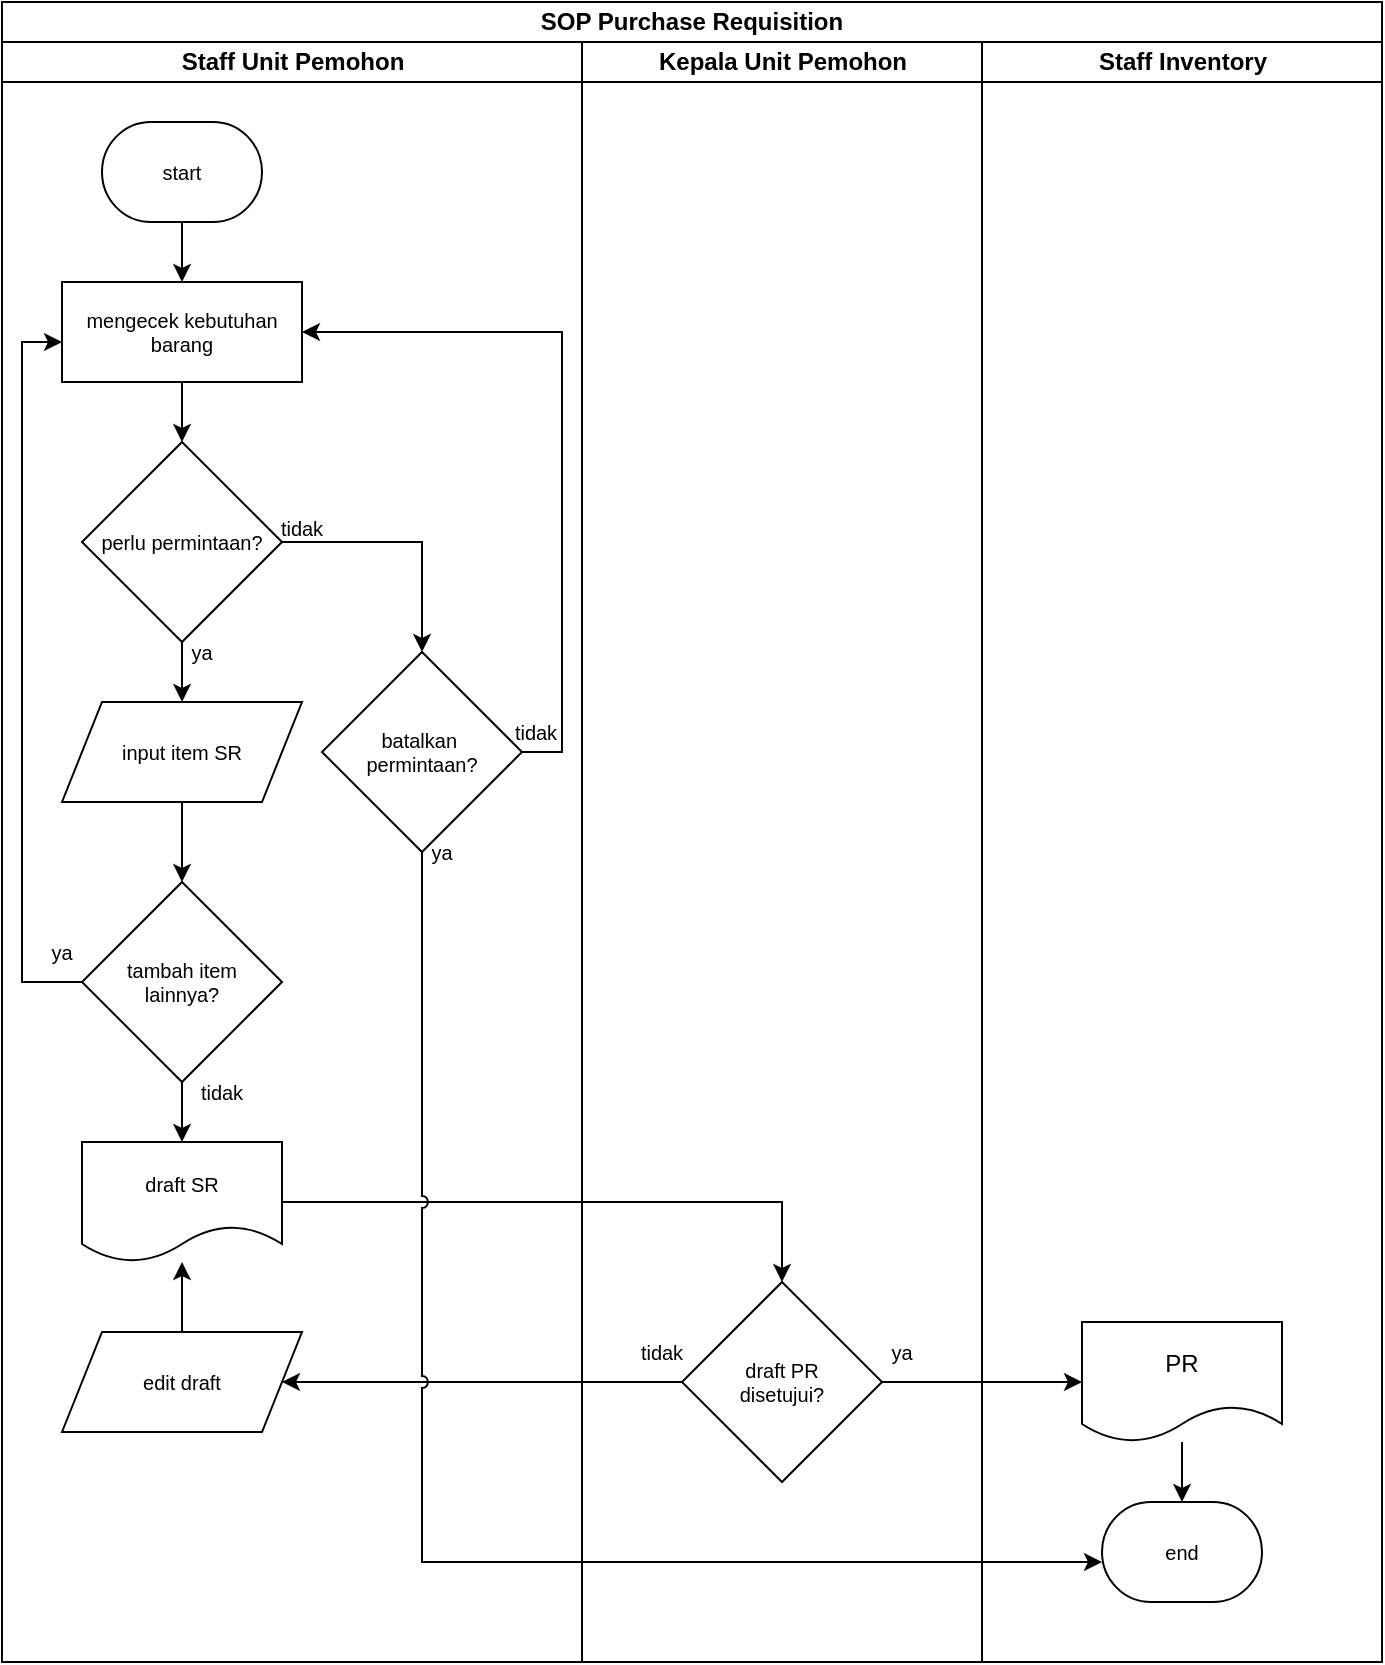
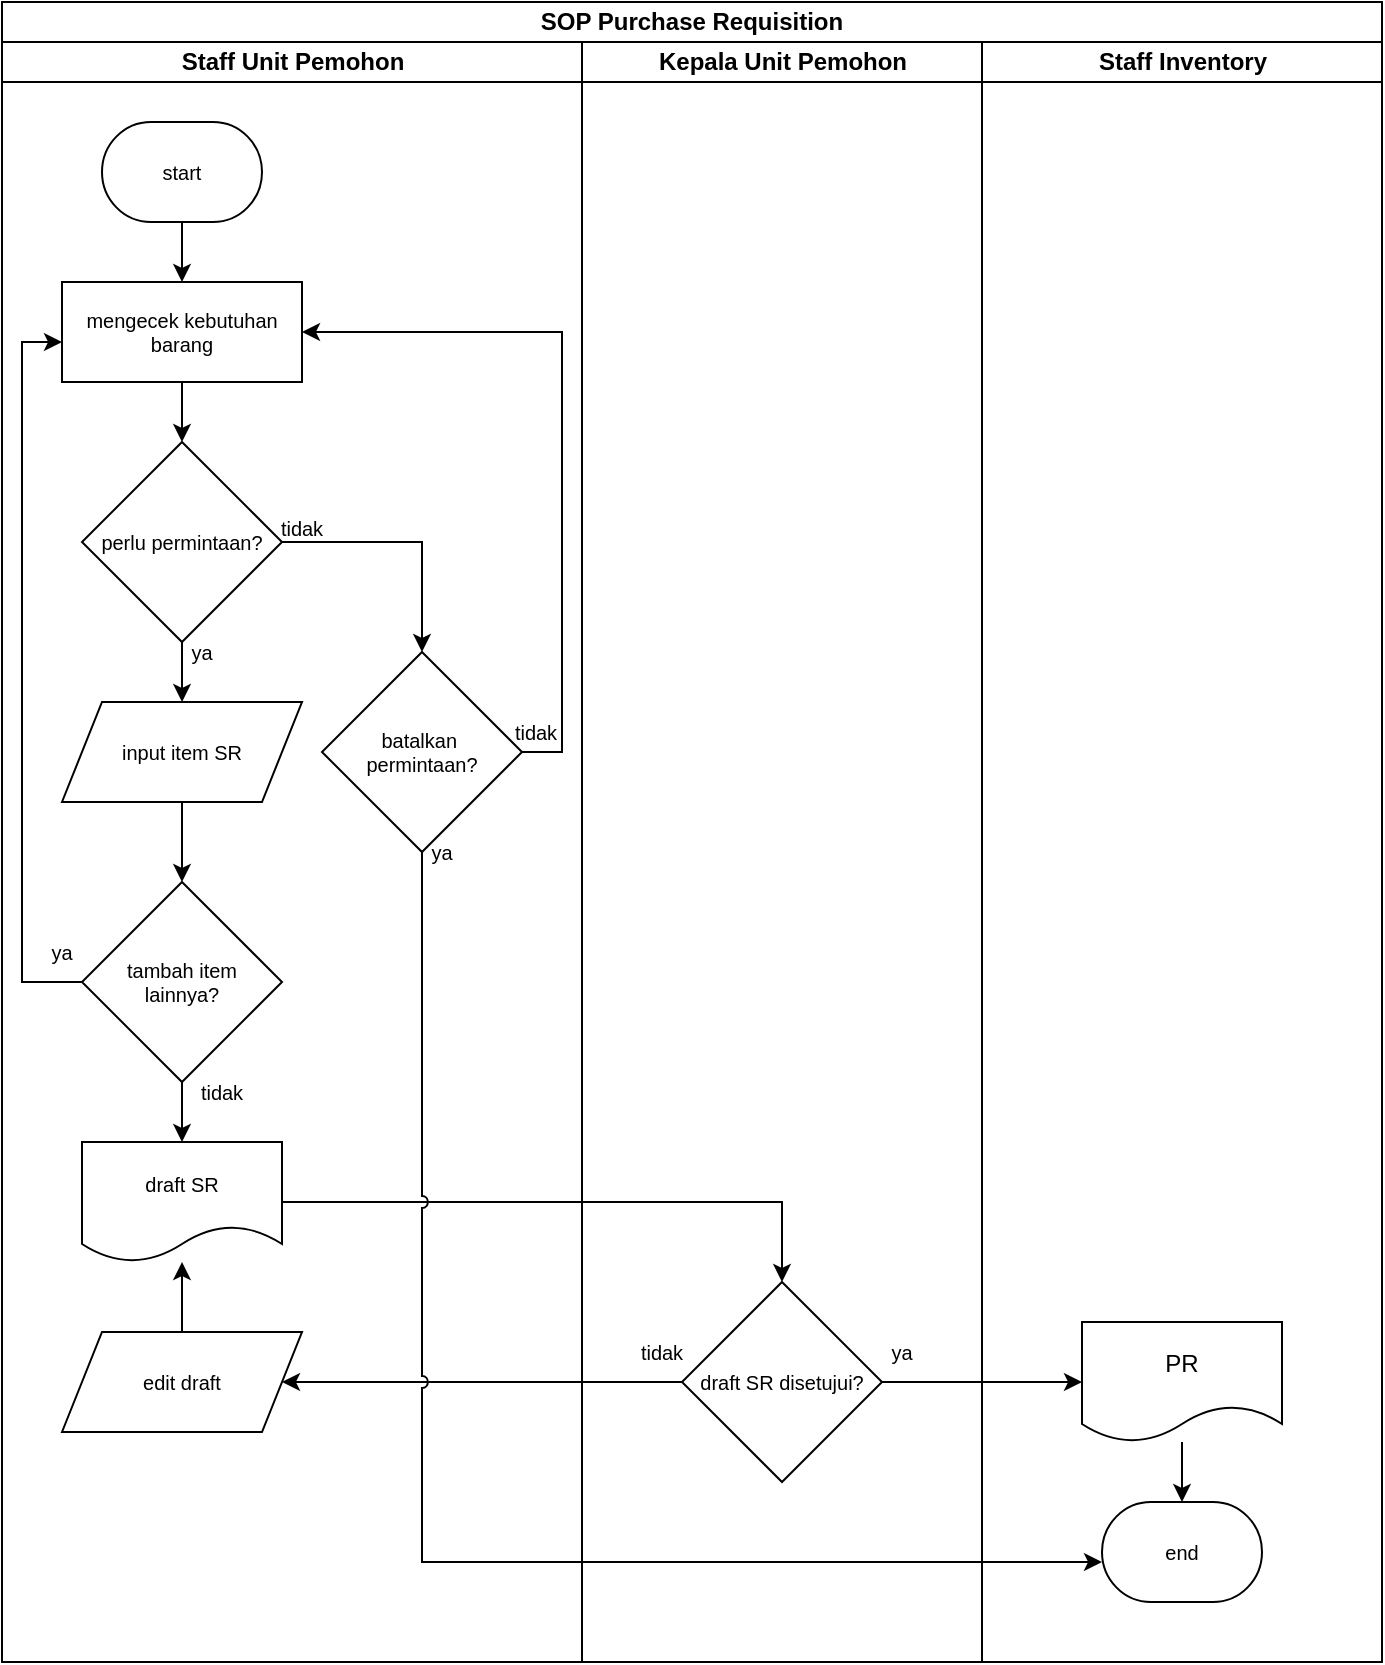
<mxfile host="app.diagrams.net" pages="2">
  <diagram name="SOP SR" id="mYAdajV0IufZudDyt58S">
    <mxGraphModel dx="849" dy="478" grid="1" gridSize="10" guides="1" tooltips="1" connect="1" arrows="1" fold="1" page="1" pageScale="1" pageWidth="850" pageHeight="1100" math="0" shadow="0">
      <root>
        <mxCell id="ewqPmyVIHkz6pLOVAfYW-0" />
        <mxCell id="ewqPmyVIHkz6pLOVAfYW-1" parent="ewqPmyVIHkz6pLOVAfYW-0" />
        <mxCell id="ewqPmyVIHkz6pLOVAfYW-2" parent="ewqPmyVIHkz6pLOVAfYW-1" style="swimlane;html=1;childLayout=stackLayout;resizeParent=1;resizeParentMax=0;startSize=20;whiteSpace=wrap;" value="SOP Purchase Requisition" vertex="1">
          <mxGeometry height="830" width="690" x="610" y="360" as="geometry">
            <mxRectangle height="30" width="210" x="140" y="110" as="alternateBounds" />
          </mxGeometry>
        </mxCell>
        <mxCell id="ewqPmyVIHkz6pLOVAfYW-3" parent="ewqPmyVIHkz6pLOVAfYW-2" style="swimlane;html=1;startSize=20;" value="Staff Unit Pemohon" vertex="1">
          <mxGeometry height="810" width="290" y="20" as="geometry" />
        </mxCell>
        <mxCell id="ewqPmyVIHkz6pLOVAfYW-4" parent="ewqPmyVIHkz6pLOVAfYW-3" style="strokeWidth=1;html=1;shape=mxgraph.flowchart.terminator;whiteSpace=wrap;fontSize=10;align=center;horizontal=1;spacing=0;" value="start" vertex="1">
          <mxGeometry height="50" width="80" x="50" y="40" as="geometry" />
        </mxCell>
        <mxCell id="ewqPmyVIHkz6pLOVAfYW-5" parent="ewqPmyVIHkz6pLOVAfYW-3" style="rounded=0;whiteSpace=wrap;html=1;absoluteArcSize=1;arcSize=7;strokeWidth=1;fontSize=10;" value="mengecek kebutuhan barang" vertex="1">
          <mxGeometry height="50" width="120" x="30" y="120" as="geometry" />
        </mxCell>
        <mxCell id="ewqPmyVIHkz6pLOVAfYW-6" edge="1" parent="ewqPmyVIHkz6pLOVAfYW-3" source="ewqPmyVIHkz6pLOVAfYW-5" style="edgeStyle=orthogonalEdgeStyle;rounded=0;orthogonalLoop=1;jettySize=auto;html=1;" value="">
          <mxGeometry relative="1" as="geometry">
            <mxPoint x="90" y="200" as="targetPoint" />
          </mxGeometry>
        </mxCell>
        <mxCell id="ewqPmyVIHkz6pLOVAfYW-7" edge="1" parent="ewqPmyVIHkz6pLOVAfYW-3" source="ewqPmyVIHkz6pLOVAfYW-4" style="edgeStyle=orthogonalEdgeStyle;rounded=0;orthogonalLoop=1;jettySize=auto;html=1;" target="ewqPmyVIHkz6pLOVAfYW-5" value="">
          <mxGeometry relative="1" as="geometry" />
        </mxCell>
        <mxCell id="ewqPmyVIHkz6pLOVAfYW-8" edge="1" parent="ewqPmyVIHkz6pLOVAfYW-3" source="ewqPmyVIHkz6pLOVAfYW-9" style="edgeStyle=orthogonalEdgeStyle;rounded=0;orthogonalLoop=1;jettySize=auto;html=1;" value="">
          <mxGeometry relative="1" as="geometry">
            <mxPoint x="90.02564102564111" y="330" as="targetPoint" />
          </mxGeometry>
        </mxCell>
        <mxCell id="ewqPmyVIHkz6pLOVAfYW-9" parent="ewqPmyVIHkz6pLOVAfYW-3" style="rhombus;whiteSpace=wrap;html=1;fontSize=10;" value="perlu permintaan?" vertex="1">
          <mxGeometry height="100" width="100" x="40" y="200" as="geometry" />
        </mxCell>
        <mxCell id="ewqPmyVIHkz6pLOVAfYW-10" edge="1" parent="ewqPmyVIHkz6pLOVAfYW-3" source="ewqPmyVIHkz6pLOVAfYW-14" style="edgeStyle=orthogonalEdgeStyle;rounded=0;orthogonalLoop=1;jettySize=auto;html=1;" target="ewqPmyVIHkz6pLOVAfYW-13" value="">
          <mxGeometry relative="1" as="geometry">
            <Array as="points" />
            <mxPoint x="90" y="380" as="sourcePoint" />
          </mxGeometry>
        </mxCell>
        <mxCell id="ewqPmyVIHkz6pLOVAfYW-11" edge="1" parent="ewqPmyVIHkz6pLOVAfYW-3" source="ewqPmyVIHkz6pLOVAfYW-13" style="edgeStyle=orthogonalEdgeStyle;rounded=0;orthogonalLoop=1;jettySize=auto;html=1;" target="ewqPmyVIHkz6pLOVAfYW-5">
          <mxGeometry relative="1" as="geometry">
            <Array as="points">
              <mxPoint x="10" y="470" />
              <mxPoint x="10" y="150" />
            </Array>
            <mxPoint x="90" y="110" as="targetPoint" />
          </mxGeometry>
        </mxCell>
        <mxCell id="ewqPmyVIHkz6pLOVAfYW-12" edge="1" parent="ewqPmyVIHkz6pLOVAfYW-3" source="ewqPmyVIHkz6pLOVAfYW-13" style="edgeStyle=orthogonalEdgeStyle;rounded=0;orthogonalLoop=1;jettySize=auto;html=1;" value="">
          <mxGeometry relative="1" as="geometry">
            <mxPoint x="90" y="550" as="targetPoint" />
          </mxGeometry>
        </mxCell>
        <mxCell id="ewqPmyVIHkz6pLOVAfYW-13" parent="ewqPmyVIHkz6pLOVAfYW-3" style="rhombus;whiteSpace=wrap;html=1;fontSize=10;" value="tambah item&lt;div&gt;lainnya?&lt;/div&gt;" vertex="1">
          <mxGeometry height="100" width="100" x="40" y="420" as="geometry" />
        </mxCell>
        <mxCell id="ewqPmyVIHkz6pLOVAfYW-14" parent="ewqPmyVIHkz6pLOVAfYW-3" style="shape=parallelogram;perimeter=parallelogramPerimeter;whiteSpace=wrap;html=1;fixedSize=1;" value="&lt;div style=&quot;&quot;&gt;&lt;span style=&quot;font-size: 10px;&quot;&gt;input item SR&lt;/span&gt;&lt;/div&gt;" vertex="1">
          <mxGeometry height="50" width="120" x="30" y="330" as="geometry" />
        </mxCell>
        <mxCell id="ewqPmyVIHkz6pLOVAfYW-15" parent="ewqPmyVIHkz6pLOVAfYW-3" style="shape=document;whiteSpace=wrap;html=1;boundedLbl=1;" value="&lt;font style=&quot;font-size: 10px;&quot;&gt;draft SR&lt;/font&gt;" vertex="1">
          <mxGeometry height="60" width="100" x="40" y="550" as="geometry" />
        </mxCell>
        <mxCell id="ewqPmyVIHkz6pLOVAfYW-16" edge="1" parent="ewqPmyVIHkz6pLOVAfYW-3" source="ewqPmyVIHkz6pLOVAfYW-17" style="edgeStyle=orthogonalEdgeStyle;rounded=0;orthogonalLoop=1;jettySize=auto;html=1;" target="ewqPmyVIHkz6pLOVAfYW-15" value="">
          <mxGeometry relative="1" as="geometry" />
        </mxCell>
        <mxCell id="ewqPmyVIHkz6pLOVAfYW-17" parent="ewqPmyVIHkz6pLOVAfYW-3" style="shape=parallelogram;perimeter=parallelogramPerimeter;whiteSpace=wrap;html=1;fixedSize=1;" value="&lt;span style=&quot;font-size: 10px;&quot;&gt;edit draft&lt;/span&gt;" vertex="1">
          <mxGeometry height="50" width="120" x="30" y="645" as="geometry" />
        </mxCell>
        <mxCell id="ewqPmyVIHkz6pLOVAfYW-18" edge="1" parent="ewqPmyVIHkz6pLOVAfYW-3" source="ewqPmyVIHkz6pLOVAfYW-9" style="edgeStyle=orthogonalEdgeStyle;rounded=0;orthogonalLoop=1;jettySize=auto;html=1;" target="ewqPmyVIHkz6pLOVAfYW-20">
          <mxGeometry relative="1" as="geometry">
            <Array as="points">
              <mxPoint x="210" y="250" />
            </Array>
          </mxGeometry>
        </mxCell>
        <mxCell id="ewqPmyVIHkz6pLOVAfYW-19" edge="1" parent="ewqPmyVIHkz6pLOVAfYW-3" source="ewqPmyVIHkz6pLOVAfYW-20" style="edgeStyle=orthogonalEdgeStyle;rounded=0;orthogonalLoop=1;jettySize=auto;html=1;" target="ewqPmyVIHkz6pLOVAfYW-5">
          <mxGeometry relative="1" as="geometry">
            <Array as="points">
              <mxPoint x="280" y="355" />
              <mxPoint x="280" y="145" />
            </Array>
          </mxGeometry>
        </mxCell>
        <mxCell id="ewqPmyVIHkz6pLOVAfYW-20" parent="ewqPmyVIHkz6pLOVAfYW-3" style="rhombus;whiteSpace=wrap;html=1;fontSize=10;" value="batalkan&amp;nbsp;&lt;div&gt;permintaan?&lt;/div&gt;" vertex="1">
          <mxGeometry height="100" width="100" x="160" y="305" as="geometry" />
        </mxCell>
        <mxCell id="ewqPmyVIHkz6pLOVAfYW-21" parent="ewqPmyVIHkz6pLOVAfYW-3" style="text;html=1;align=center;verticalAlign=middle;whiteSpace=wrap;rounded=0;" value="&lt;font style=&quot;font-size: 10px;&quot;&gt;tidak&lt;/font&gt;" vertex="1">
          <mxGeometry height="30" width="60" x="120" y="228" as="geometry" />
        </mxCell>
        <mxCell id="ewqPmyVIHkz6pLOVAfYW-22" parent="ewqPmyVIHkz6pLOVAfYW-3" style="text;html=1;align=center;verticalAlign=middle;whiteSpace=wrap;rounded=0;" value="&lt;font style=&quot;font-size: 10px;&quot;&gt;ya&lt;/font&gt;" vertex="1">
          <mxGeometry height="30" width="60" x="70" y="290" as="geometry" />
        </mxCell>
        <mxCell id="ewqPmyVIHkz6pLOVAfYW-23" parent="ewqPmyVIHkz6pLOVAfYW-3" style="text;html=1;align=center;verticalAlign=middle;whiteSpace=wrap;rounded=0;" value="&lt;font style=&quot;font-size: 10px;&quot;&gt;tidak&lt;/font&gt;" vertex="1">
          <mxGeometry height="30" width="60" x="237" y="330" as="geometry" />
        </mxCell>
        <mxCell id="ewqPmyVIHkz6pLOVAfYW-24" parent="ewqPmyVIHkz6pLOVAfYW-3" style="text;html=1;align=center;verticalAlign=middle;whiteSpace=wrap;rounded=0;" value="&lt;font style=&quot;font-size: 10px;&quot;&gt;ya&lt;/font&gt;" vertex="1">
          <mxGeometry height="30" width="60" x="190" y="390" as="geometry" />
        </mxCell>
        <mxCell id="ewqPmyVIHkz6pLOVAfYW-25" parent="ewqPmyVIHkz6pLOVAfYW-3" style="text;html=1;align=center;verticalAlign=middle;whiteSpace=wrap;rounded=0;" value="&lt;font style=&quot;font-size: 10px;&quot;&gt;tidak&lt;/font&gt;" vertex="1">
          <mxGeometry height="30" width="60" x="80" y="510" as="geometry" />
        </mxCell>
        <mxCell id="ewqPmyVIHkz6pLOVAfYW-26" parent="ewqPmyVIHkz6pLOVAfYW-3" style="text;html=1;align=center;verticalAlign=middle;whiteSpace=wrap;rounded=0;" value="&lt;font style=&quot;font-size: 10px;&quot;&gt;ya&lt;/font&gt;" vertex="1">
          <mxGeometry height="30" width="60" y="440" as="geometry" />
        </mxCell>
        <mxCell id="ewqPmyVIHkz6pLOVAfYW-27" parent="ewqPmyVIHkz6pLOVAfYW-2" style="swimlane;html=1;startSize=20;" value="Kepala Unit Pemohon" vertex="1">
          <mxGeometry height="810" width="200" x="290" y="20" as="geometry" />
        </mxCell>
-         <mxCell id="ewqPmyVIHkz6pLOVAfYW-28" parent="ewqPmyVIHkz6pLOVAfYW-27" style="rhombus;whiteSpace=wrap;html=1;fontSize=10;" value="draft PR&lt;div&gt;disetujui?&lt;/div&gt;" vertex="1">
+         <mxCell id="ewqPmyVIHkz6pLOVAfYW-28" parent="ewqPmyVIHkz6pLOVAfYW-27" style="rhombus;whiteSpace=wrap;html=1;fontSize=10;" value="draft SR disetujui?" vertex="1">
          <mxGeometry height="100" width="100" x="50" y="620" as="geometry" />
        </mxCell>
        <mxCell id="ewqPmyVIHkz6pLOVAfYW-29" parent="ewqPmyVIHkz6pLOVAfYW-27" style="text;html=1;align=center;verticalAlign=middle;whiteSpace=wrap;rounded=0;" value="&lt;font style=&quot;font-size: 10px;&quot;&gt;tidak&lt;/font&gt;" vertex="1">
          <mxGeometry height="30" width="60" x="10" y="640" as="geometry" />
        </mxCell>
        <mxCell id="ewqPmyVIHkz6pLOVAfYW-30" parent="ewqPmyVIHkz6pLOVAfYW-27" style="text;html=1;align=center;verticalAlign=middle;whiteSpace=wrap;rounded=0;" value="&lt;font style=&quot;font-size: 10px;&quot;&gt;ya&lt;/font&gt;" vertex="1">
          <mxGeometry height="30" width="60" x="130" y="640" as="geometry" />
        </mxCell>
        <mxCell id="ewqPmyVIHkz6pLOVAfYW-31" parent="ewqPmyVIHkz6pLOVAfYW-2" style="swimlane;html=1;startSize=20;" value="Staff Inventory" vertex="1">
          <mxGeometry height="810" width="200" x="490" y="20" as="geometry">
            <mxRectangle height="810" width="40" x="490" y="20" as="alternateBounds" />
          </mxGeometry>
        </mxCell>
        <mxCell id="ewqPmyVIHkz6pLOVAfYW-32" edge="1" parent="ewqPmyVIHkz6pLOVAfYW-31" source="ewqPmyVIHkz6pLOVAfYW-33" style="edgeStyle=orthogonalEdgeStyle;rounded=0;orthogonalLoop=1;jettySize=auto;html=1;" target="ewqPmyVIHkz6pLOVAfYW-34" value="">
          <mxGeometry relative="1" as="geometry" />
        </mxCell>
        <mxCell id="ewqPmyVIHkz6pLOVAfYW-33" parent="ewqPmyVIHkz6pLOVAfYW-31" style="shape=document;whiteSpace=wrap;html=1;boundedLbl=1;" value="PR" vertex="1">
          <mxGeometry height="60" width="100" x="50" y="640" as="geometry" />
        </mxCell>
        <mxCell id="ewqPmyVIHkz6pLOVAfYW-34" parent="ewqPmyVIHkz6pLOVAfYW-31" style="strokeWidth=1;html=1;shape=mxgraph.flowchart.terminator;whiteSpace=wrap;fontSize=10;align=center;horizontal=1;spacing=0;" value="end" vertex="1">
          <mxGeometry height="50" width="80" x="60" y="730" as="geometry" />
        </mxCell>
        <mxCell id="ewqPmyVIHkz6pLOVAfYW-35" edge="1" parent="ewqPmyVIHkz6pLOVAfYW-2" source="ewqPmyVIHkz6pLOVAfYW-15" style="edgeStyle=orthogonalEdgeStyle;rounded=0;orthogonalLoop=1;jettySize=auto;html=1;" target="ewqPmyVIHkz6pLOVAfYW-28">
          <mxGeometry relative="1" as="geometry" />
        </mxCell>
        <mxCell id="ewqPmyVIHkz6pLOVAfYW-36" edge="1" parent="ewqPmyVIHkz6pLOVAfYW-2" source="ewqPmyVIHkz6pLOVAfYW-28" style="edgeStyle=orthogonalEdgeStyle;rounded=0;orthogonalLoop=1;jettySize=auto;html=1;" target="ewqPmyVIHkz6pLOVAfYW-33" value="">
          <mxGeometry relative="1" as="geometry" />
        </mxCell>
        <mxCell id="ewqPmyVIHkz6pLOVAfYW-37" edge="1" parent="ewqPmyVIHkz6pLOVAfYW-2" source="ewqPmyVIHkz6pLOVAfYW-28" style="edgeStyle=orthogonalEdgeStyle;rounded=0;orthogonalLoop=1;jettySize=auto;html=1;" target="ewqPmyVIHkz6pLOVAfYW-17">
          <mxGeometry relative="1" as="geometry">
            <Array as="points" />
            <mxPoint x="100" y="690" as="targetPoint" />
          </mxGeometry>
        </mxCell>
        <mxCell id="ewqPmyVIHkz6pLOVAfYW-38" edge="1" parent="ewqPmyVIHkz6pLOVAfYW-2" source="ewqPmyVIHkz6pLOVAfYW-20" style="edgeStyle=orthogonalEdgeStyle;rounded=0;orthogonalLoop=1;jettySize=auto;html=1;jumpStyle=arc;" target="ewqPmyVIHkz6pLOVAfYW-34">
          <mxGeometry relative="1" as="geometry">
            <Array as="points">
              <mxPoint x="210" y="780" />
            </Array>
          </mxGeometry>
        </mxCell>
      </root>
    </mxGraphModel>
  </diagram>
  <diagram name="SOP PR" id="-7YdF_Z_4hD_neaPn9do">
    <mxGraphModel dx="849" dy="478" grid="1" gridSize="10" guides="1" tooltips="1" connect="1" arrows="1" fold="1" page="1" pageScale="1" pageWidth="850" pageHeight="1100" math="0" shadow="0">
      <root>
        <mxCell id="0" />
        <mxCell id="1" parent="0" />
        <mxCell id="FgAdxiRBUQnmOL_wIOqZ-3" parent="1" style="swimlane;html=1;childLayout=stackLayout;resizeParent=1;resizeParentMax=0;startSize=20;whiteSpace=wrap;" value="SOP Purchase Requisition" vertex="1">
          <mxGeometry height="830" width="690" x="610" y="360" as="geometry">
            <mxRectangle height="30" width="210" x="140" y="110" as="alternateBounds" />
          </mxGeometry>
        </mxCell>
        <mxCell id="FgAdxiRBUQnmOL_wIOqZ-4" parent="FgAdxiRBUQnmOL_wIOqZ-3" style="swimlane;html=1;startSize=20;" value="Staff Inventory" vertex="1">
          <mxGeometry height="810" width="290" y="20" as="geometry" />
        </mxCell>
        <mxCell id="FgAdxiRBUQnmOL_wIOqZ-5" parent="FgAdxiRBUQnmOL_wIOqZ-4" style="strokeWidth=1;html=1;shape=mxgraph.flowchart.terminator;whiteSpace=wrap;fontSize=10;align=center;horizontal=1;spacing=0;" value="start" vertex="1">
          <mxGeometry height="50" width="80" x="50" y="40" as="geometry" />
        </mxCell>
        <mxCell id="FgAdxiRBUQnmOL_wIOqZ-6" parent="FgAdxiRBUQnmOL_wIOqZ-4" style="rounded=0;whiteSpace=wrap;html=1;absoluteArcSize=1;arcSize=7;strokeWidth=1;fontSize=10;" value="mengecek stok&lt;div&gt;barang&lt;/div&gt;" vertex="1">
          <mxGeometry height="50" width="120" x="30" y="120" as="geometry" />
        </mxCell>
        <mxCell id="FgAdxiRBUQnmOL_wIOqZ-7" edge="1" parent="FgAdxiRBUQnmOL_wIOqZ-4" source="FgAdxiRBUQnmOL_wIOqZ-6" style="edgeStyle=orthogonalEdgeStyle;rounded=0;orthogonalLoop=1;jettySize=auto;html=1;" value="">
          <mxGeometry relative="1" as="geometry">
            <mxPoint x="90" y="200" as="targetPoint" />
          </mxGeometry>
        </mxCell>
        <mxCell id="FgAdxiRBUQnmOL_wIOqZ-8" edge="1" parent="FgAdxiRBUQnmOL_wIOqZ-4" source="FgAdxiRBUQnmOL_wIOqZ-5" style="edgeStyle=orthogonalEdgeStyle;rounded=0;orthogonalLoop=1;jettySize=auto;html=1;" target="FgAdxiRBUQnmOL_wIOqZ-6" value="">
          <mxGeometry relative="1" as="geometry" />
        </mxCell>
        <mxCell id="FgAdxiRBUQnmOL_wIOqZ-9" edge="1" parent="FgAdxiRBUQnmOL_wIOqZ-4" source="FgAdxiRBUQnmOL_wIOqZ-10" style="edgeStyle=orthogonalEdgeStyle;rounded=0;orthogonalLoop=1;jettySize=auto;html=1;" value="">
          <mxGeometry relative="1" as="geometry">
            <mxPoint x="90.02564102564111" y="330" as="targetPoint" />
          </mxGeometry>
        </mxCell>
        <mxCell id="FgAdxiRBUQnmOL_wIOqZ-10" parent="FgAdxiRBUQnmOL_wIOqZ-4" style="rhombus;whiteSpace=wrap;html=1;fontSize=10;" value="perlu&lt;div&gt;pengadaan?&lt;/div&gt;" vertex="1">
          <mxGeometry height="100" width="100" x="40" y="200" as="geometry" />
        </mxCell>
        <mxCell id="FgAdxiRBUQnmOL_wIOqZ-11" edge="1" parent="FgAdxiRBUQnmOL_wIOqZ-4" source="FgAdxiRBUQnmOL_wIOqZ-15" style="edgeStyle=orthogonalEdgeStyle;rounded=0;orthogonalLoop=1;jettySize=auto;html=1;" target="FgAdxiRBUQnmOL_wIOqZ-14" value="">
          <mxGeometry relative="1" as="geometry">
            <Array as="points" />
            <mxPoint x="90" y="380" as="sourcePoint" />
          </mxGeometry>
        </mxCell>
        <mxCell id="FgAdxiRBUQnmOL_wIOqZ-12" edge="1" parent="FgAdxiRBUQnmOL_wIOqZ-4" source="FgAdxiRBUQnmOL_wIOqZ-14" style="edgeStyle=orthogonalEdgeStyle;rounded=0;orthogonalLoop=1;jettySize=auto;html=1;" target="FgAdxiRBUQnmOL_wIOqZ-6">
          <mxGeometry relative="1" as="geometry">
            <Array as="points">
              <mxPoint x="10" y="470" />
              <mxPoint x="10" y="150" />
            </Array>
            <mxPoint x="90" y="110" as="targetPoint" />
          </mxGeometry>
        </mxCell>
        <mxCell id="FgAdxiRBUQnmOL_wIOqZ-13" edge="1" parent="FgAdxiRBUQnmOL_wIOqZ-4" source="FgAdxiRBUQnmOL_wIOqZ-14" style="edgeStyle=orthogonalEdgeStyle;rounded=0;orthogonalLoop=1;jettySize=auto;html=1;" value="">
          <mxGeometry relative="1" as="geometry">
            <mxPoint x="90" y="550" as="targetPoint" />
          </mxGeometry>
        </mxCell>
        <mxCell id="FgAdxiRBUQnmOL_wIOqZ-14" parent="FgAdxiRBUQnmOL_wIOqZ-4" style="rhombus;whiteSpace=wrap;html=1;fontSize=10;" value="tambah item&lt;div&gt;lainnya?&lt;/div&gt;" vertex="1">
          <mxGeometry height="100" width="100" x="40" y="420" as="geometry" />
        </mxCell>
        <mxCell id="FgAdxiRBUQnmOL_wIOqZ-15" parent="FgAdxiRBUQnmOL_wIOqZ-4" style="shape=parallelogram;perimeter=parallelogramPerimeter;whiteSpace=wrap;html=1;fixedSize=1;" value="&lt;div style=&quot;font-size: 10px;&quot;&gt;&lt;font style=&quot;font-size: 10px;&quot;&gt;input&lt;/font&gt;&lt;/div&gt;&lt;div style=&quot;font-size: 10px;&quot;&gt;&lt;font style=&quot;font-size: 10px;&quot;&gt;item PR&lt;/font&gt;&lt;/div&gt;" vertex="1">
          <mxGeometry height="50" width="120" x="30" y="330" as="geometry" />
        </mxCell>
        <mxCell id="FgAdxiRBUQnmOL_wIOqZ-16" parent="FgAdxiRBUQnmOL_wIOqZ-4" style="shape=document;whiteSpace=wrap;html=1;boundedLbl=1;" value="&lt;font style=&quot;font-size: 10px;&quot;&gt;draft PR&lt;/font&gt;" vertex="1">
          <mxGeometry height="60" width="100" x="40" y="550" as="geometry" />
        </mxCell>
        <mxCell id="FgAdxiRBUQnmOL_wIOqZ-17" edge="1" parent="FgAdxiRBUQnmOL_wIOqZ-4" source="FgAdxiRBUQnmOL_wIOqZ-18" style="edgeStyle=orthogonalEdgeStyle;rounded=0;orthogonalLoop=1;jettySize=auto;html=1;" target="FgAdxiRBUQnmOL_wIOqZ-16" value="">
          <mxGeometry relative="1" as="geometry" />
        </mxCell>
        <mxCell id="FgAdxiRBUQnmOL_wIOqZ-18" parent="FgAdxiRBUQnmOL_wIOqZ-4" style="shape=parallelogram;perimeter=parallelogramPerimeter;whiteSpace=wrap;html=1;fixedSize=1;" value="&lt;span style=&quot;font-size: 10px;&quot;&gt;edit draft&lt;/span&gt;" vertex="1">
          <mxGeometry height="50" width="120" x="30" y="645" as="geometry" />
        </mxCell>
        <mxCell id="FgAdxiRBUQnmOL_wIOqZ-19" edge="1" parent="FgAdxiRBUQnmOL_wIOqZ-4" source="FgAdxiRBUQnmOL_wIOqZ-10" style="edgeStyle=orthogonalEdgeStyle;rounded=0;orthogonalLoop=1;jettySize=auto;html=1;" target="FgAdxiRBUQnmOL_wIOqZ-21">
          <mxGeometry relative="1" as="geometry">
            <Array as="points">
              <mxPoint x="210" y="250" />
            </Array>
          </mxGeometry>
        </mxCell>
        <mxCell id="FgAdxiRBUQnmOL_wIOqZ-20" edge="1" parent="FgAdxiRBUQnmOL_wIOqZ-4" source="FgAdxiRBUQnmOL_wIOqZ-21" style="edgeStyle=orthogonalEdgeStyle;rounded=0;orthogonalLoop=1;jettySize=auto;html=1;" target="FgAdxiRBUQnmOL_wIOqZ-6">
          <mxGeometry relative="1" as="geometry">
            <Array as="points">
              <mxPoint x="280" y="355" />
              <mxPoint x="280" y="145" />
            </Array>
          </mxGeometry>
        </mxCell>
        <mxCell id="FgAdxiRBUQnmOL_wIOqZ-21" parent="FgAdxiRBUQnmOL_wIOqZ-4" style="rhombus;whiteSpace=wrap;html=1;fontSize=10;" value="batalkan&lt;div&gt;pengadaan?&lt;/div&gt;" vertex="1">
          <mxGeometry height="100" width="100" x="160" y="305" as="geometry" />
        </mxCell>
        <mxCell id="FgAdxiRBUQnmOL_wIOqZ-22" parent="FgAdxiRBUQnmOL_wIOqZ-4" style="text;html=1;align=center;verticalAlign=middle;whiteSpace=wrap;rounded=0;" value="&lt;font style=&quot;font-size: 10px;&quot;&gt;tidak&lt;/font&gt;" vertex="1">
          <mxGeometry height="30" width="60" x="120" y="228" as="geometry" />
        </mxCell>
        <mxCell id="FgAdxiRBUQnmOL_wIOqZ-23" parent="FgAdxiRBUQnmOL_wIOqZ-4" style="text;html=1;align=center;verticalAlign=middle;whiteSpace=wrap;rounded=0;" value="&lt;font style=&quot;font-size: 10px;&quot;&gt;ya&lt;/font&gt;" vertex="1">
          <mxGeometry height="30" width="60" x="70" y="290" as="geometry" />
        </mxCell>
        <mxCell id="FgAdxiRBUQnmOL_wIOqZ-24" parent="FgAdxiRBUQnmOL_wIOqZ-4" style="text;html=1;align=center;verticalAlign=middle;whiteSpace=wrap;rounded=0;" value="&lt;font style=&quot;font-size: 10px;&quot;&gt;tidak&lt;/font&gt;" vertex="1">
          <mxGeometry height="30" width="60" x="237" y="330" as="geometry" />
        </mxCell>
        <mxCell id="FgAdxiRBUQnmOL_wIOqZ-25" parent="FgAdxiRBUQnmOL_wIOqZ-4" style="text;html=1;align=center;verticalAlign=middle;whiteSpace=wrap;rounded=0;" value="&lt;font style=&quot;font-size: 10px;&quot;&gt;ya&lt;/font&gt;" vertex="1">
          <mxGeometry height="30" width="60" x="190" y="390" as="geometry" />
        </mxCell>
        <mxCell id="FgAdxiRBUQnmOL_wIOqZ-26" parent="FgAdxiRBUQnmOL_wIOqZ-4" style="text;html=1;align=center;verticalAlign=middle;whiteSpace=wrap;rounded=0;" value="&lt;font style=&quot;font-size: 10px;&quot;&gt;tidak&lt;/font&gt;" vertex="1">
          <mxGeometry height="30" width="60" x="80" y="510" as="geometry" />
        </mxCell>
        <mxCell id="FgAdxiRBUQnmOL_wIOqZ-27" parent="FgAdxiRBUQnmOL_wIOqZ-4" style="text;html=1;align=center;verticalAlign=middle;whiteSpace=wrap;rounded=0;" value="&lt;font style=&quot;font-size: 10px;&quot;&gt;ya&lt;/font&gt;" vertex="1">
          <mxGeometry height="30" width="60" y="440" as="geometry" />
        </mxCell>
        <mxCell id="FgAdxiRBUQnmOL_wIOqZ-28" parent="FgAdxiRBUQnmOL_wIOqZ-3" style="swimlane;html=1;startSize=20;" value="Kepala Inventory" vertex="1">
          <mxGeometry height="810" width="200" x="290" y="20" as="geometry" />
        </mxCell>
        <mxCell id="FgAdxiRBUQnmOL_wIOqZ-29" parent="FgAdxiRBUQnmOL_wIOqZ-28" style="rhombus;whiteSpace=wrap;html=1;fontSize=10;" value="draft PR&lt;div&gt;disetujui?&lt;/div&gt;" vertex="1">
          <mxGeometry height="100" width="100" x="50" y="620" as="geometry" />
        </mxCell>
        <mxCell id="FgAdxiRBUQnmOL_wIOqZ-30" parent="FgAdxiRBUQnmOL_wIOqZ-28" style="text;html=1;align=center;verticalAlign=middle;whiteSpace=wrap;rounded=0;" value="&lt;font style=&quot;font-size: 10px;&quot;&gt;tidak&lt;/font&gt;" vertex="1">
          <mxGeometry height="30" width="60" x="10" y="640" as="geometry" />
        </mxCell>
        <mxCell id="FgAdxiRBUQnmOL_wIOqZ-31" parent="FgAdxiRBUQnmOL_wIOqZ-28" style="text;html=1;align=center;verticalAlign=middle;whiteSpace=wrap;rounded=0;" value="&lt;font style=&quot;font-size: 10px;&quot;&gt;ya&lt;/font&gt;" vertex="1">
          <mxGeometry height="30" width="60" x="130" y="640" as="geometry" />
        </mxCell>
        <mxCell id="FgAdxiRBUQnmOL_wIOqZ-32" parent="FgAdxiRBUQnmOL_wIOqZ-3" style="swimlane;html=1;startSize=20;" value="Staff Purchasing" vertex="1">
          <mxGeometry height="810" width="200" x="490" y="20" as="geometry">
            <mxRectangle height="810" width="40" x="490" y="20" as="alternateBounds" />
          </mxGeometry>
        </mxCell>
        <mxCell id="FgAdxiRBUQnmOL_wIOqZ-33" edge="1" parent="FgAdxiRBUQnmOL_wIOqZ-32" source="FgAdxiRBUQnmOL_wIOqZ-34" style="edgeStyle=orthogonalEdgeStyle;rounded=0;orthogonalLoop=1;jettySize=auto;html=1;" target="FgAdxiRBUQnmOL_wIOqZ-35" value="">
          <mxGeometry relative="1" as="geometry" />
        </mxCell>
        <mxCell id="FgAdxiRBUQnmOL_wIOqZ-34" parent="FgAdxiRBUQnmOL_wIOqZ-32" style="shape=document;whiteSpace=wrap;html=1;boundedLbl=1;" value="PR" vertex="1">
          <mxGeometry height="60" width="100" x="50" y="640" as="geometry" />
        </mxCell>
        <mxCell id="FgAdxiRBUQnmOL_wIOqZ-35" parent="FgAdxiRBUQnmOL_wIOqZ-32" style="strokeWidth=1;html=1;shape=mxgraph.flowchart.terminator;whiteSpace=wrap;fontSize=10;align=center;horizontal=1;spacing=0;" value="end" vertex="1">
          <mxGeometry height="50" width="80" x="60" y="730" as="geometry" />
        </mxCell>
        <mxCell id="FgAdxiRBUQnmOL_wIOqZ-36" edge="1" parent="FgAdxiRBUQnmOL_wIOqZ-3" source="FgAdxiRBUQnmOL_wIOqZ-16" style="edgeStyle=orthogonalEdgeStyle;rounded=0;orthogonalLoop=1;jettySize=auto;html=1;" target="FgAdxiRBUQnmOL_wIOqZ-29">
          <mxGeometry relative="1" as="geometry" />
        </mxCell>
        <mxCell id="FgAdxiRBUQnmOL_wIOqZ-37" edge="1" parent="FgAdxiRBUQnmOL_wIOqZ-3" source="FgAdxiRBUQnmOL_wIOqZ-29" style="edgeStyle=orthogonalEdgeStyle;rounded=0;orthogonalLoop=1;jettySize=auto;html=1;" target="FgAdxiRBUQnmOL_wIOqZ-34" value="">
          <mxGeometry relative="1" as="geometry" />
        </mxCell>
        <mxCell id="FgAdxiRBUQnmOL_wIOqZ-38" edge="1" parent="FgAdxiRBUQnmOL_wIOqZ-3" source="FgAdxiRBUQnmOL_wIOqZ-29" style="edgeStyle=orthogonalEdgeStyle;rounded=0;orthogonalLoop=1;jettySize=auto;html=1;" target="FgAdxiRBUQnmOL_wIOqZ-18">
          <mxGeometry relative="1" as="geometry">
            <Array as="points" />
            <mxPoint x="100" y="690" as="targetPoint" />
          </mxGeometry>
        </mxCell>
        <mxCell id="FgAdxiRBUQnmOL_wIOqZ-39" edge="1" parent="FgAdxiRBUQnmOL_wIOqZ-3" source="FgAdxiRBUQnmOL_wIOqZ-21" style="edgeStyle=orthogonalEdgeStyle;rounded=0;orthogonalLoop=1;jettySize=auto;html=1;jumpStyle=arc;" target="FgAdxiRBUQnmOL_wIOqZ-35">
          <mxGeometry relative="1" as="geometry">
            <Array as="points">
              <mxPoint x="210" y="780" />
            </Array>
          </mxGeometry>
        </mxCell>
      </root>
    </mxGraphModel>
  </diagram>
</mxfile>
